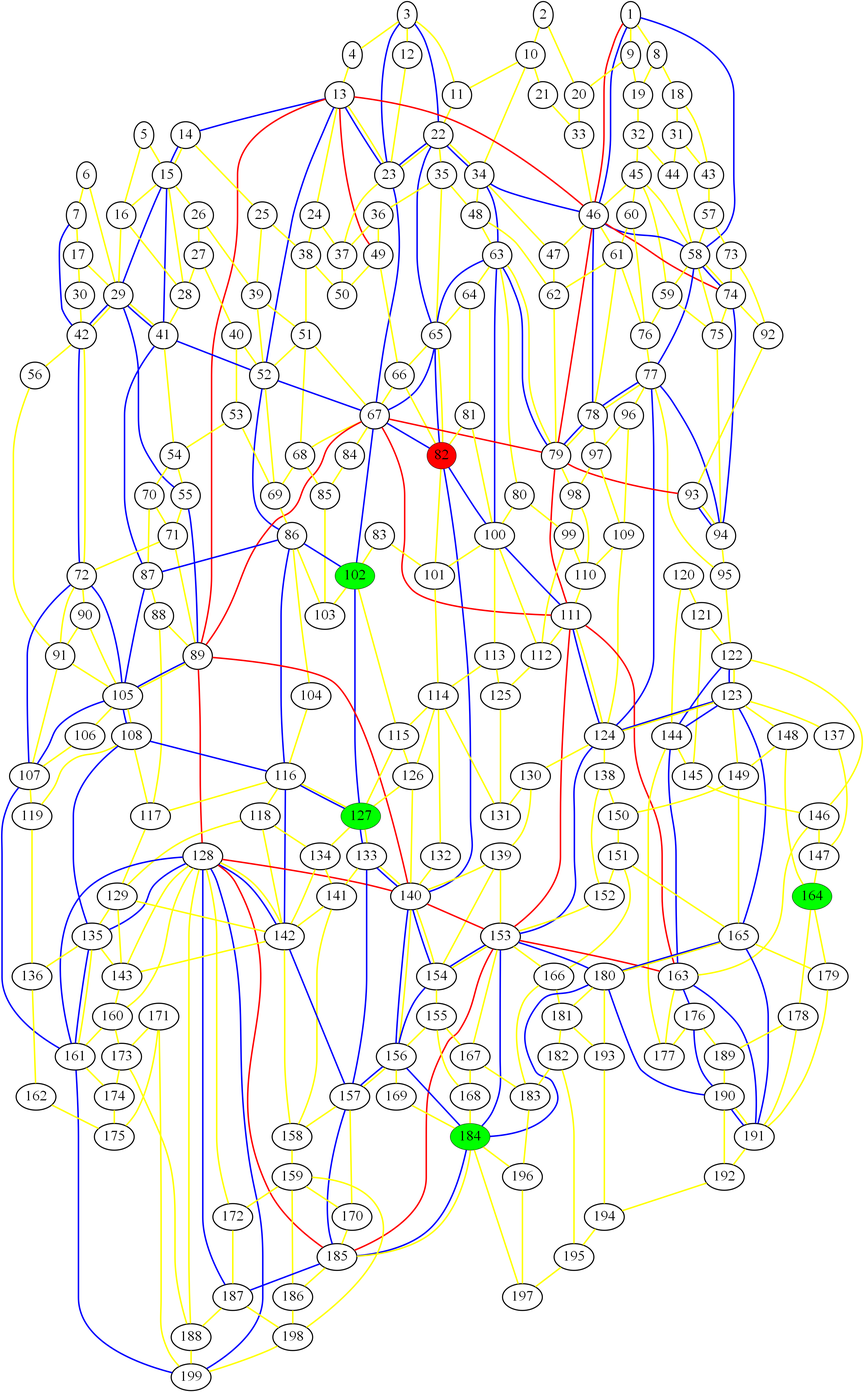
Before: graph_18.png, a diagram exported from Graphviz (ed-churchill/complex-systems-project). Its source is kept beside it as graph_18.gv.
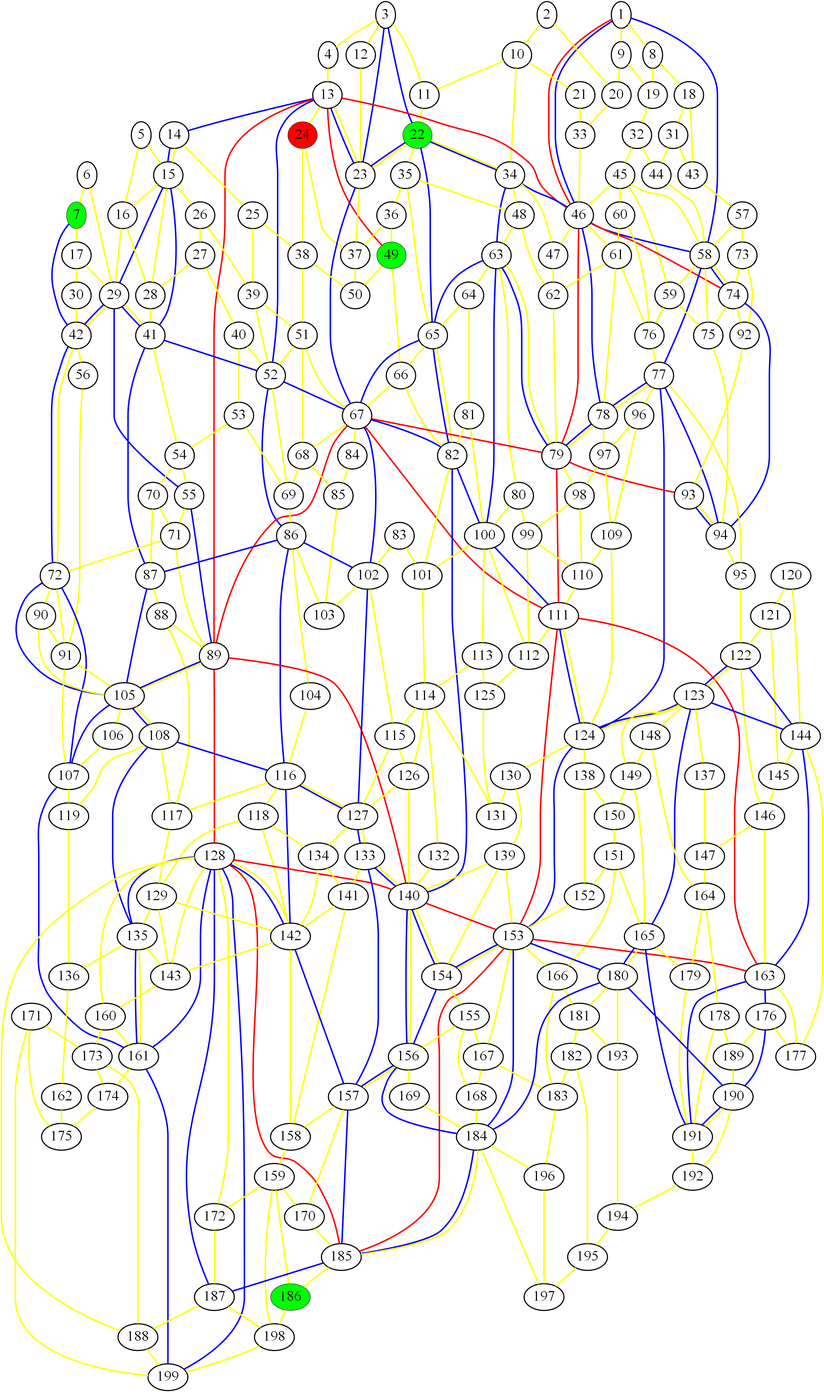
After the commit.

The edit, as a diff of the source:
```diff
@@ -1,16 +1,15 @@
 graph london_graph {
-82 [fillcolor=red, fontsize=40, pendwidth=3, style=filled];
-127 [fillcolor=green, fontsize=40, pendwidth=3, style=filled];
-164 [fillcolor=green, fontsize=40, pendwidth=3, style=filled];
-184 [fillcolor=green, fontsize=40, pendwidth=3, style=filled];
-102 [fillcolor=green, fontsize=40, pendwidth=3, style=filled];
+24 [fillcolor=red, fontsize=40, pendwidth=3, style=filled];
+7 [fillcolor=green, fontsize=40, pendwidth=3, style=filled];
+49 [fillcolor=green, fontsize=40, pendwidth=3, style=filled];
+186 [fillcolor=green, fontsize=40, pendwidth=3, style=filled];
+22 [fillcolor=green, fontsize=40, pendwidth=3, style=filled];
 1 [fontsize=40, penwidth=3];
 2 [fontsize=40, penwidth=3];
 3 [fontsize=40, penwidth=3];
 4 [fontsize=40, penwidth=3];
 5 [fontsize=40, penwidth=3];
 6 [fontsize=40, penwidth=3];
-7 [fontsize=40, penwidth=3];
 8 [fontsize=40, penwidth=3];
 9 [fontsize=40, penwidth=3];
 10 [fontsize=40, penwidth=3];
@@ -25,9 +24,7 @@
 19 [fontsize=40, penwidth=3];
 20 [fontsize=40, penwidth=3];
 21 [fontsize=40, penwidth=3];
-22 [fontsize=40, penwidth=3];
 23 [fontsize=40, penwidth=3];
-24 [fontsize=40, penwidth=3];
 25 [fontsize=40, penwidth=3];
 26 [fontsize=40, penwidth=3];
 27 [fontsize=40, penwidth=3];
@@ -52,7 +49,6 @@
 46 [fontsize=40, penwidth=3];
 47 [fontsize=40, penwidth=3];
 48 [fontsize=40, penwidth=3];
-49 [fontsize=40, penwidth=3];
 50 [fontsize=40, penwidth=3];
 51 [fontsize=40, penwidth=3];
 52 [fontsize=40, penwidth=3];
@@ -85,6 +81,7 @@
 79 [fontsize=40, penwidth=3];
 80 [fontsize=40, penwidth=3];
 81 [fontsize=40, penwidth=3];
+82 [fontsize=40, penwidth=3];
 83 [fontsize=40, penwidth=3];
 84 [fontsize=40, penwidth=3];
 85 [fontsize=40, penwidth=3];
@@ -104,6 +101,7 @@
 99 [fontsize=40, penwidth=3];
 100 [fontsize=40, penwidth=3];
 101 [fontsize=40, penwidth=3];
+102 [fontsize=40, penwidth=3];
 103 [fontsize=40, penwidth=3];
 104 [fontsize=40, penwidth=3];
 105 [fontsize=40, penwidth=3];
@@ -128,6 +126,7 @@
 124 [fontsize=40, penwidth=3];
 125 [fontsize=40, penwidth=3];
 126 [fontsize=40, penwidth=3];
+127 [fontsize=40, penwidth=3];
 128 [fontsize=40, penwidth=3];
 129 [fontsize=40, penwidth=3];
 130 [fontsize=40, penwidth=3];
@@ -164,6 +163,7 @@
 161 [fontsize=40, penwidth=3];
 162 [fontsize=40, penwidth=3];
 163 [fontsize=40, penwidth=3];
+164 [fontsize=40, penwidth=3];
 165 [fontsize=40, penwidth=3];
 166 [fontsize=40, penwidth=3];
 167 [fontsize=40, penwidth=3];
@@ -183,8 +183,8 @@
 181 [fontsize=40, penwidth=3];
 182 [fontsize=40, penwidth=3];
 183 [fontsize=40, penwidth=3];
+184 [fontsize=40, penwidth=3];
 185 [fontsize=40, penwidth=3];
-186 [fontsize=40, penwidth=3];
 187 [fontsize=40, penwidth=3];
 188 [fontsize=40, penwidth=3];
 189 [fontsize=40, penwidth=3];
```
